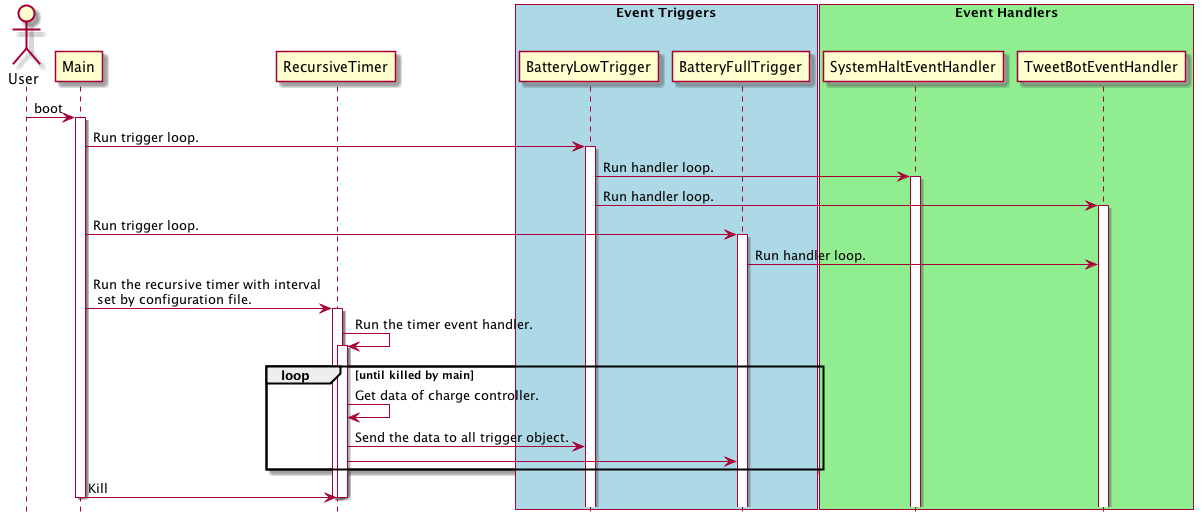
This is doc/sequence.png from dodo5522/solar_monitor, a PlantUML export, as it was before one commit.
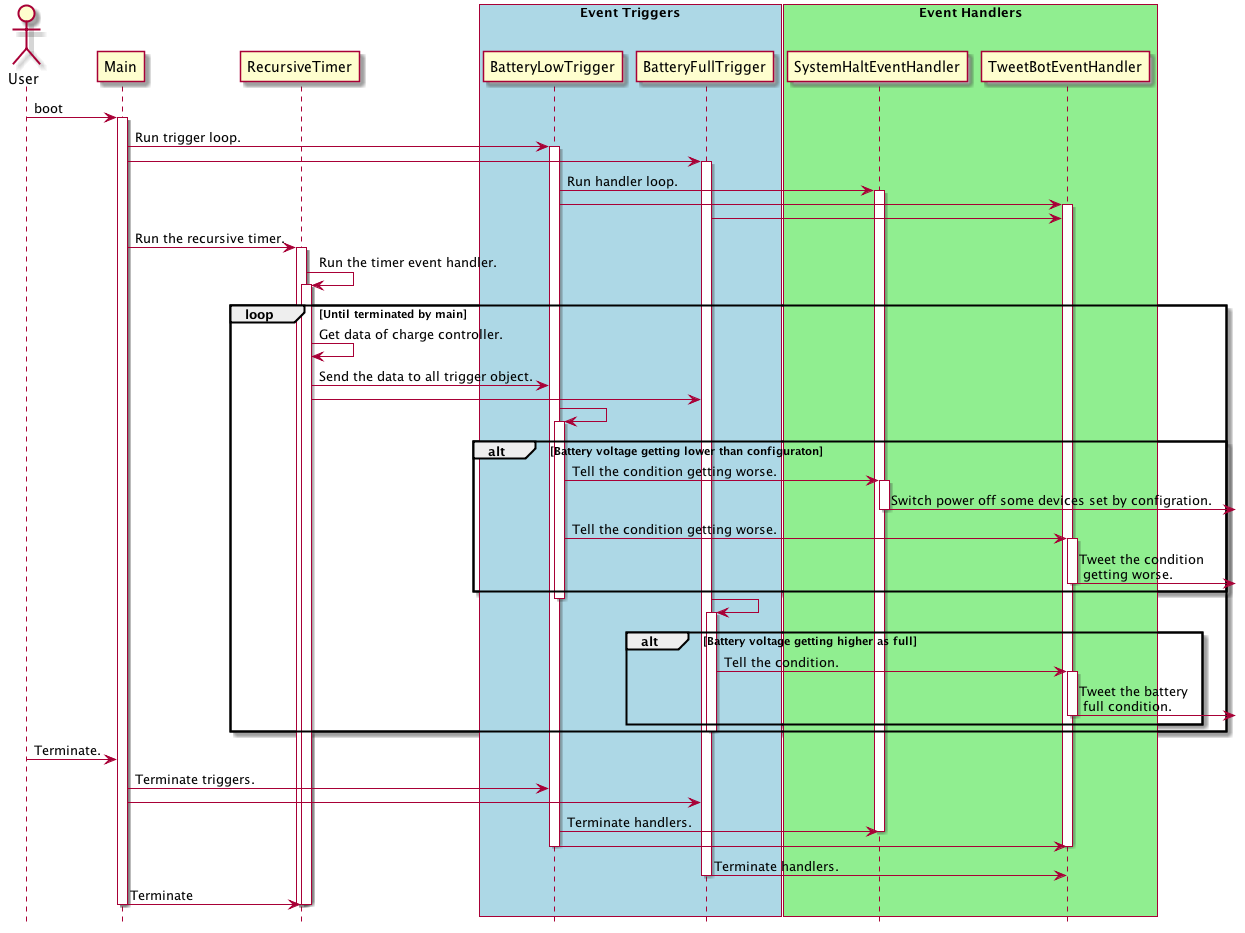
The same file after the commit.

Commit message:
Fix the sequence diagrams of whole solar monitor system.

What changed in the source:
```diff
@@ -21,25 +21,62 @@
 
 Main -> BatteryLowTrigger : Run trigger loop.
 activate BatteryLowTrigger
+Main -> BatteryFullTrigger
+activate BatteryFullTrigger
+
 BatteryLowTrigger -> SystemHaltEventHandler : Run handler loop.
 activate SystemHaltEventHandler
-BatteryLowTrigger -> TweetBotEventHandler : Run handler loop.
+BatteryLowTrigger -> TweetBotEventHandler
 activate TweetBotEventHandler
+BatteryFullTrigger -> TweetBotEventHandler
 
-Main -> BatteryFullTrigger : Run trigger loop.
-activate BatteryFullTrigger
-BatteryFullTrigger -> TweetBotEventHandler : Run handler loop.
-
-Main -> RecursiveTimer : Run the recursive timer with interval\n set by configuration file.
+Main -> RecursiveTimer : Run the recursive timer.
 activate RecursiveTimer
 RecursiveTimer -> RecursiveTimer : Run the timer event handler.
 activate RecursiveTimer
-loop until killed by main
-RecursiveTimer -> RecursiveTimer : Get data of charge controller.
-RecursiveTimer -> BatteryLowTrigger : Send the data to all trigger object.
-RecursiveTimer -> BatteryFullTrigger
+
+loop Until terminated by main
+    RecursiveTimer -> RecursiveTimer : Get data of charge controller.
+    RecursiveTimer -> BatteryLowTrigger : Send the data to all trigger object.
+    RecursiveTimer -> BatteryFullTrigger
+
+    BatteryLowTrigger -> BatteryLowTrigger :
+    activate BatteryLowTrigger
+    alt Battery voltage getting lower than configuraton
+        BatteryLowTrigger -> SystemHaltEventHandler : Tell the condition getting worse.
+        activate SystemHaltEventHandler
+        SystemHaltEventHandler ->] : Switch power off some devices set by configration.
+        deactivate SystemHaltEventHandler
+        BatteryLowTrigger -> TweetBotEventHandler : Tell the condition getting worse.
+        activate TweetBotEventHandler
+        TweetBotEventHandler ->] : Tweet the condition\n getting worse.
+        deactivate TweetBotEventHandler
+    end
+    deactivate BatteryLowTrigger
+
+    BatteryFullTrigger -> BatteryFullTrigger  :
+    activate BatteryFullTrigger
+    alt Battery voltage getting higher as full
+        BatteryFullTrigger -> TweetBotEventHandler : Tell the condition.
+        activate TweetBotEventHandler
+        TweetBotEventHandler ->] : Tweet the battery\n full condition.
+        deactivate TweetBotEventHandler
+    end
+    deactivate BatteryFullTrigger
 end
-Main -> RecursiveTimer : Kill
+
+User -> Main : Terminate.
+Main -> BatteryLowTrigger : Terminate triggers.
+Main -> BatteryFullTrigger
+BatteryLowTrigger -> SystemHaltEventHandler : Terminate handlers.
+deactivate SystemHaltEventHandler
+BatteryLowTrigger -> TweetBotEventHandler
+deactivate TweetBotEventHandler
+deactivate BatteryLowTrigger
+BatteryFullTrigger -> TweetBotEventHandler : Terminate handlers.
+deactivate BatteryFullTrigger
+
+Main -> RecursiveTimer : Terminate
 deactivate RecursiveTimer
 deactivate RecursiveTimer
 deactivate Main
```
